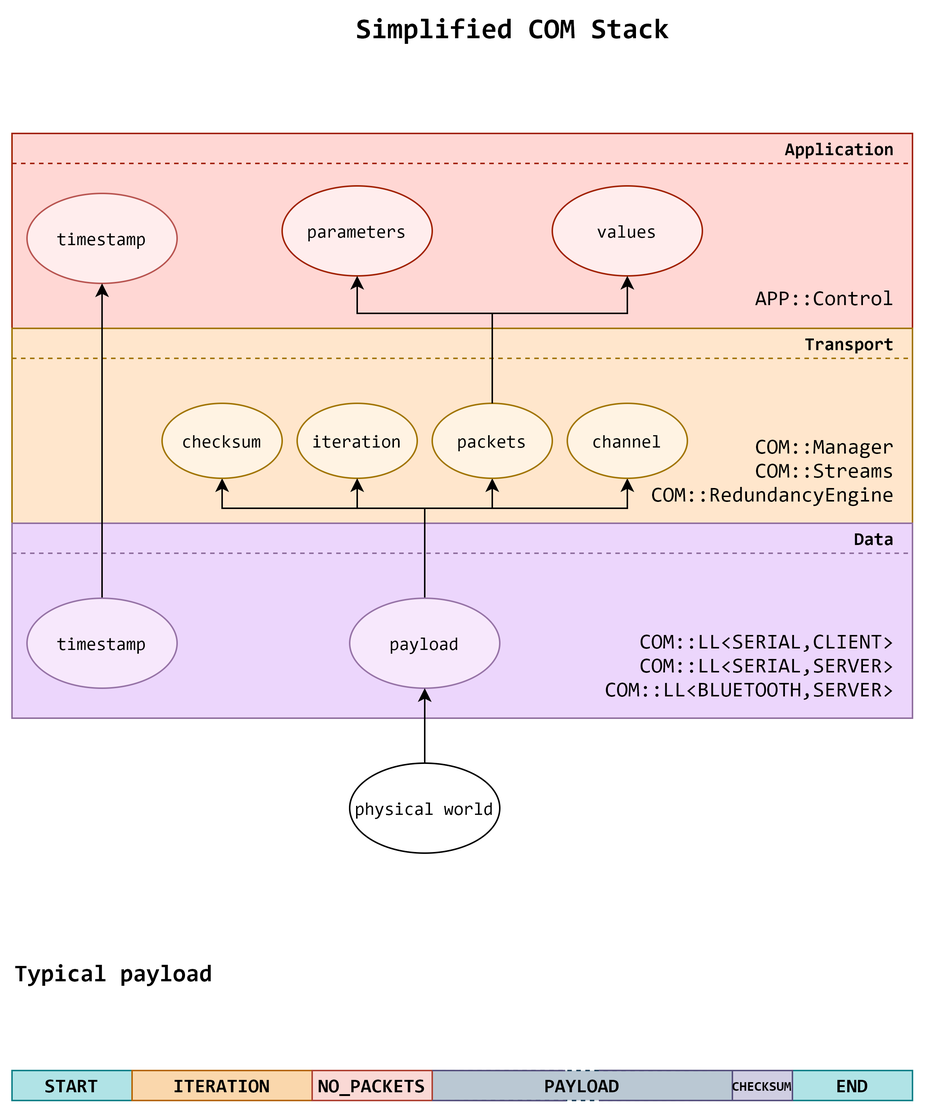
The draw.io diagram Proj/Iterations/1/Design/Navigation-Subsystem/Architectural-Overview/software-stack/com-stack/com-stack.png in LPI2-DreamTeam/rfcar, before a commit. Source tidied: cells renumbered, new cells last; positions are measured from the earlier drawing's top-left corner, leaving out a move shared by most shapes.
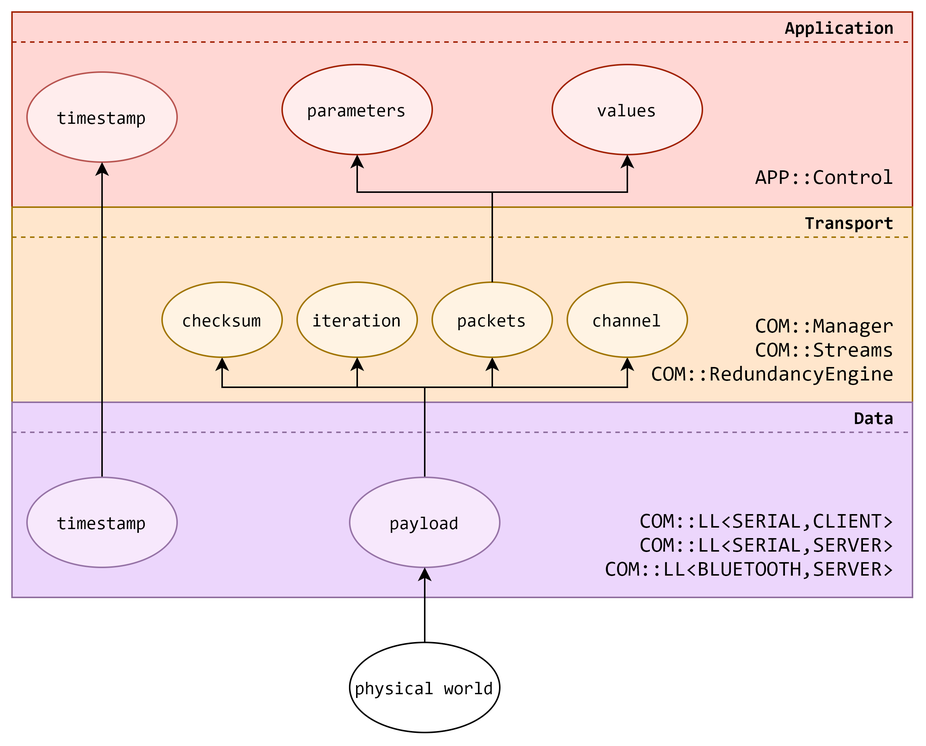
The same file after the commit.

Commit message:
ADD: Added package diagram for OS

What changed in the source:
```diff
@@ -2,9 +2,6 @@
   <root>
     <mxCell id="0" />
     <mxCell id="1" parent="0" />
-    <mxCell id="2" value="PAYLOAD" style="rounded=0;whiteSpace=wrap;html=1;strokeColor=#23445d;fillColor=#bac8d3;fontFamily=Consolas;fontSize=13;align=center;fontStyle=1;dashed=1;" parent="1" vertex="1">
-      <mxGeometry x="280" y="705" width="200" height="20" as="geometry" />
-    </mxCell>
     <mxCell id="3" style="rounded=0;whiteSpace=wrap;html=1;fontFamily=Consolas;fontSize=14;align=right;fillColor=#FFD7D4;strokeColor=#A12102;" parent="1" vertex="1">
       <mxGeometry y="80" width="600" height="130" as="geometry" />
     </mxCell>
@@ -112,9 +109,6 @@
     <mxCell id="25" value="Data" style="text;html=1;strokeColor=none;fillColor=none;align=right;verticalAlign=middle;whiteSpace=wrap;rounded=0;fontFamily=Consolas;fontStyle=1;" parent="1" vertex="1">
       <mxGeometry x="550" y="340" width="40" height="20" as="geometry" />
     </mxCell>
-    <mxCell id="26" value="Simplified COM Stack" style="text;html=1;strokeColor=none;fillColor=none;align=center;verticalAlign=middle;whiteSpace=wrap;rounded=0;fontFamily=Consolas;fontSize=19;fontStyle=1;" parent="1" vertex="1">
-      <mxGeometry x="218" width="232" height="20" as="geometry" />
-    </mxCell>
     <mxCell id="27" value="packets" style="ellipse;whiteSpace=wrap;html=1;fontFamily=Consolas;fillColor=#FFF3E3;strokeColor=#A17400;" parent="1" vertex="1">
       <mxGeometry x="280" y="260" width="80" height="50" as="geometry" />
     </mxCell>
@@ -146,36 +140,6 @@
     <mxCell id="33" value="timestamp" style="ellipse;whiteSpace=wrap;html=1;fontFamily=Consolas;strokeColor=#9673a6;fillColor=#F7E8FC;" parent="1" vertex="1">
       <mxGeometry x="10" y="390" width="100" height="60" as="geometry" />
     </mxCell>
-    <mxCell id="34" value="Typical payload" style="text;html=1;strokeColor=none;fillColor=none;align=left;verticalAlign=middle;whiteSpace=wrap;rounded=0;fontFamily=Consolas;fontStyle=1;fontSize=16;" parent="1" vertex="1">
-      <mxGeometry y="630" width="150" height="20" as="geometry" />
-    </mxCell>
-    <mxCell id="35" value="START" style="rounded=0;whiteSpace=wrap;html=1;strokeColor=#0e8088;fillColor=#b0e3e6;fontFamily=Consolas;fontSize=13;align=center;fontStyle=1;" parent="1" vertex="1">
-      <mxGeometry y="705" width="80" height="20" as="geometry" />
-    </mxCell>
-    <mxCell id="36" value="END" style="rounded=0;whiteSpace=wrap;html=1;strokeColor=#0e8088;fillColor=#b0e3e6;fontFamily=Consolas;fontSize=13;align=center;fontStyle=1;" parent="1" vertex="1">
-      <mxGeometry x="520" y="705" width="80" height="20" as="geometry" />
-    </mxCell>
-    <mxCell id="37" value="ITERATION" style="rounded=0;whiteSpace=wrap;html=1;strokeColor=#b46504;fillColor=#fad7ac;fontFamily=Consolas;fontSize=13;align=center;fontStyle=1;" parent="1" vertex="1">
-      <mxGeometry x="80" y="705" width="120" height="20" as="geometry" />
-    </mxCell>
-    <mxCell id="38" value="NO_PACKETS" style="rounded=0;whiteSpace=wrap;html=1;strokeColor=#ae4132;fillColor=#fad9d5;fontFamily=Consolas;fontSize=13;align=center;fontStyle=1;" parent="1" vertex="1">
-      <mxGeometry x="200" y="705" width="80" height="20" as="geometry" />
-    </mxCell>
-    <mxCell id="39" style="endArrow=none;html=1;fontFamily=Consolas;fontSize=13;strokeColor=#56517E;exitX=1;exitY=1;exitDx=0;exitDy=0;entryX=0.446;entryY=1.005;entryDx=0;entryDy=0;entryPerimeter=0;" parent="1" edge="1" source="38" target="2">
-      <mxGeometry relative="1" as="geometry" />
-    </mxCell>
-    <mxCell id="40" style="endArrow=none;html=1;fontFamily=Consolas;fontSize=13;strokeColor=#56517E;exitX=0;exitY=0;exitDx=0;exitDy=0;entryX=0.555;entryY=-0.003;entryDx=0;entryDy=0;entryPerimeter=0;" parent="1" edge="1" source="43" target="2">
-      <mxGeometry relative="1" as="geometry" />
-    </mxCell>
-    <mxCell id="41" style="endArrow=none;html=1;fontFamily=Consolas;fontSize=13;strokeColor=#56517E;exitX=0;exitY=1;exitDx=0;exitDy=0;entryX=0.555;entryY=0.999;entryDx=0;entryDy=0;entryPerimeter=0;" parent="1" edge="1" source="43" target="2">
-      <mxGeometry relative="1" as="geometry" />
-    </mxCell>
-    <mxCell id="42" style="endArrow=none;html=1;fontFamily=Consolas;fontSize=13;strokeColor=#56517E;entryX=1;entryY=0;entryDx=0;entryDy=0;exitX=0.443;exitY=0.003;exitDx=0;exitDy=0;exitPerimeter=0;" parent="1" edge="1" source="2" target="38">
-      <mxGeometry relative="1" as="geometry" />
-    </mxCell>
-    <mxCell id="43" value="CHECKSUM" style="rounded=0;whiteSpace=wrap;html=1;strokeColor=#56517e;fillColor=#d0cee2;fontFamily=Consolas;fontSize=9;align=center;fontStyle=1;" parent="1" vertex="1">
-      <mxGeometry x="480" y="705" width="40" height="20" as="geometry" />
-    </mxCell>
     <mxCell id="44" value="checksum" style="ellipse;whiteSpace=wrap;html=1;fontFamily=Consolas;fillColor=#FFF3E3;strokeColor=#A17400;" parent="1" vertex="1">
       <mxGeometry x="100" y="260" width="80" height="50" as="geometry" />
     </mxCell>
```
